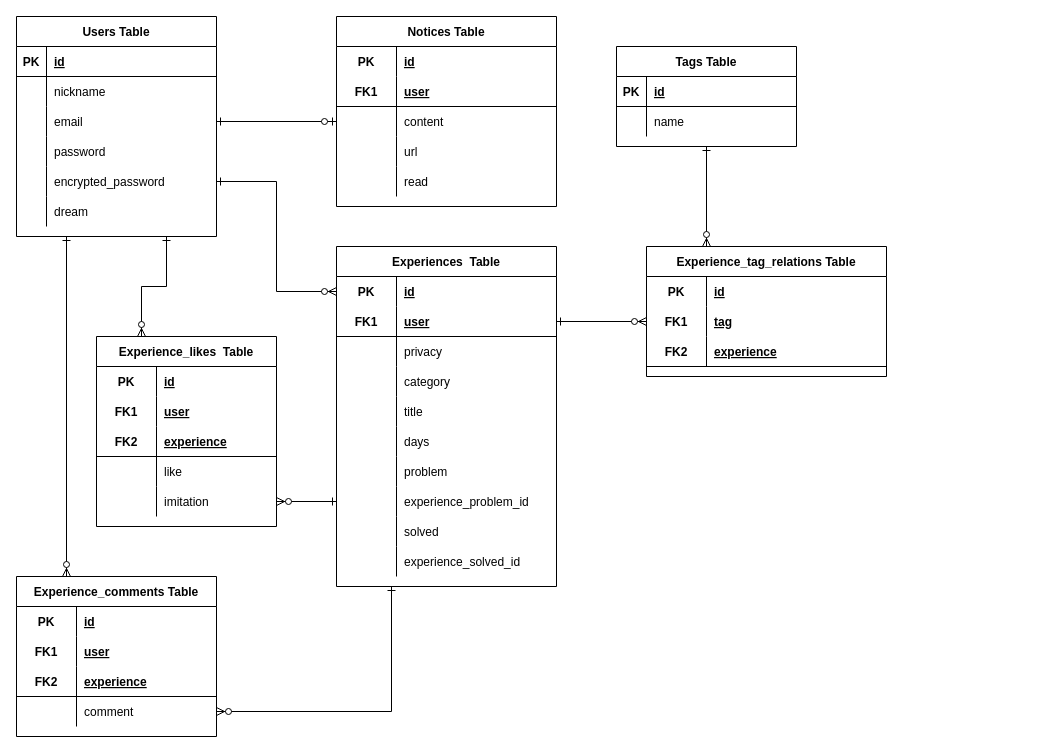
Earlier version of the draw.io diagram doc/table-experience.dio (ryohei-takasugi/minimalismshare). Source tidied: cells renumbered, new cells numbered last; positions are measured from the earlier drawing's top-left corner, leaving out a move shared by most shapes. Both pictures are drawn from the tidied source at 100%, with x=0, y=0 at pixel (16, 16).
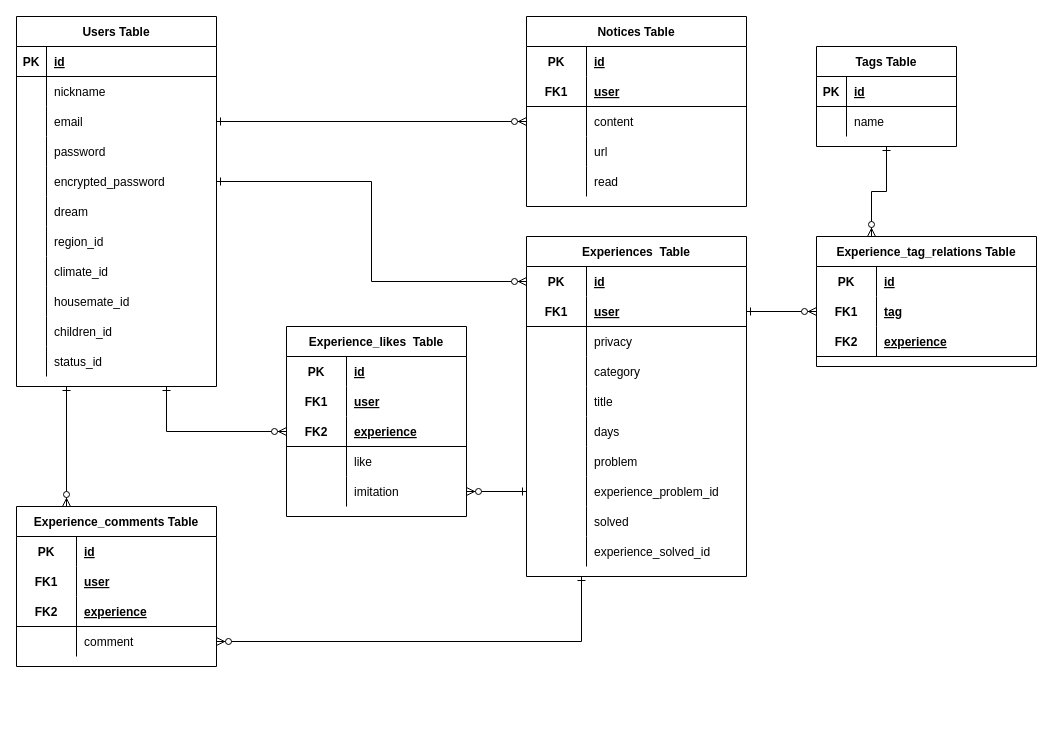
The same page after the edit.

The change refers to these unchanged cells:
```xml
<mxCell id="12" style="shape=partialRectangle;fillColor=none;top=0;left=0;bottom=0;right=0;points=[[0,0.5],[1,0.5]];portConstraint=eastwest;" parent="5" vertex="1">
  <mxGeometry y="90" width="200" height="30" as="geometry" />
</mxCell>
<mxCell id="31" style="shape=partialRectangle;fillColor=none;top=0;left=0;bottom=0;right=0;points=[[0,0.5],[1,0.5]];portConstraint=eastwest;" parent="24" vertex="1">
  <mxGeometry y="90" width="220" height="30" as="geometry" />
</mxCell>
<mxCell id="112" style="shape=partialRectangle;fillColor=none;top=0;left=0;bottom=1;right=0;points=[[0,0.5],[1,0.5]];portConstraint=eastwest;" parent="105" vertex="1">
  <mxGeometry y="90" width="180" height="30" as="geometry" />
</mxCell>
```

Change to the diagram source:
```diff
@@
-    <mxCell id="4" style="edgeStyle=orthogonalEdgeStyle;rounded=0;jettySize=auto;html=1;exitX=0.75;exitY=1;exitDx=0;exitDy=0;entryX=0.25;entryY=0;entryDx=0;entryDy=0;startArrow=ERone;startFill=0;endArrow=ERzeroToMany;endFill=1;" parent="1" edge="1" source="5" target="105">
+    <mxCell id="4" style="edgeStyle=orthogonalEdgeStyle;rounded=0;jettySize=auto;html=1;exitX=0.75;exitY=1;exitDx=0;exitDy=0;startArrow=ERone;startFill=0;endArrow=ERzeroToMany;endFill=1;" parent="1" edge="1" source="5" target="112">
       <mxGeometry relative="1" as="geometry" />
     </mxCell>
     <mxCell id="5" value="Users Table" style="shape=table;startSize=30;childLayout=tableLayout;rowLines=0;fontStyle=1;align=center;" parent="1" vertex="1">
-      <mxGeometry width="200" height="220" as="geometry" />
+      <mxGeometry width="200" height="370" as="geometry" />
     </mxCell>
@@
+    <mxCell id="122" style="shape=partialRectangle;fillColor=none;top=0;left=0;bottom=0;right=0;" parent="5" vertex="1">
+      <mxGeometry y="210" width="200" height="30" as="geometry" />
+    </mxCell>
+    <mxCell id="123" style="shape=partialRectangle;fillColor=none;top=0;left=0;bottom=0;right=0;overflow=hidden;" parent="122" vertex="1">
+      <mxGeometry width="30" height="30" as="geometry" />
+    </mxCell>
+    <mxCell id="124" value="region_id" style="shape=partialRectangle;fillColor=none;top=0;left=0;bottom=0;right=0;align=left;spacingLeft=6;overflow=hidden;" parent="122" vertex="1">
+      <mxGeometry x="30" width="170" height="30" as="geometry" />
+    </mxCell>
+    <mxCell id="125" style="shape=partialRectangle;fillColor=none;top=0;left=0;bottom=0;right=0;" parent="5" vertex="1">
+      <mxGeometry y="240" width="200" height="30" as="geometry" />
+    </mxCell>
+    <mxCell id="126" style="shape=partialRectangle;fillColor=none;top=0;left=0;bottom=0;right=0;overflow=hidden;" parent="125" vertex="1">
+      <mxGeometry width="30" height="30" as="geometry" />
+    </mxCell>
+    <mxCell id="127" value="climate_id" style="shape=partialRectangle;fillColor=none;top=0;left=0;bottom=0;right=0;align=left;spacingLeft=6;overflow=hidden;" parent="125" vertex="1">
+      <mxGeometry x="30" width="170" height="30" as="geometry" />
+    </mxCell>
+    <mxCell id="128" style="shape=partialRectangle;fillColor=none;top=0;left=0;bottom=0;right=0;" parent="5" vertex="1">
+      <mxGeometry y="270" width="200" height="30" as="geometry" />
+    </mxCell>
+    <mxCell id="129" style="shape=partialRectangle;fillColor=none;top=0;left=0;bottom=0;right=0;overflow=hidden;" parent="128" vertex="1">
+      <mxGeometry width="30" height="30" as="geometry" />
+    </mxCell>
+    <mxCell id="130" value="housemate_id" style="shape=partialRectangle;fillColor=none;top=0;left=0;bottom=0;right=0;align=left;spacingLeft=6;overflow=hidden;" parent="128" vertex="1">
+      <mxGeometry x="30" width="170" height="30" as="geometry" />
+    </mxCell>
+    <mxCell id="131" style="shape=partialRectangle;fillColor=none;top=0;left=0;bottom=0;right=0;" parent="5" vertex="1">
+      <mxGeometry y="300" width="200" height="30" as="geometry" />
+    </mxCell>
+    <mxCell id="132" style="shape=partialRectangle;fillColor=none;top=0;left=0;bottom=0;right=0;overflow=hidden;" parent="131" vertex="1">
+      <mxGeometry width="30" height="30" as="geometry" />
+    </mxCell>
+    <mxCell id="133" value="children_id" style="shape=partialRectangle;fillColor=none;top=0;left=0;bottom=0;right=0;align=left;spacingLeft=6;overflow=hidden;" parent="131" vertex="1">
+      <mxGeometry x="30" width="170" height="30" as="geometry" />
+    </mxCell>
+    <mxCell id="134" style="shape=partialRectangle;fillColor=none;top=0;left=0;bottom=0;right=0;" parent="5" vertex="1">
+      <mxGeometry y="330" width="200" height="30" as="geometry" />
+    </mxCell>
+    <mxCell id="135" style="shape=partialRectangle;fillColor=none;top=0;left=0;bottom=0;right=0;overflow=hidden;" parent="134" vertex="1">
+      <mxGeometry width="30" height="30" as="geometry" />
+    </mxCell>
+    <mxCell id="136" value="status_id" style="shape=partialRectangle;fillColor=none;top=0;left=0;bottom=0;right=0;align=left;spacingLeft=6;overflow=hidden;" parent="134" vertex="1">
+      <mxGeometry x="30" width="170" height="30" as="geometry" />
+    </mxCell>
     <mxCell id="24" value="Notices Table" style="shape=table;startSize=30;childLayout=tableLayout;rowLines=0;fontStyle=1;align=center;" parent="1" vertex="1">
-      <mxGeometry x="320" width="220" height="190" as="geometry" />
+      <mxGeometry x="510" width="220" height="190" as="geometry" />
     </mxCell>
@@
-    <mxCell id="40" style="edgeStyle=orthogonalEdgeStyle;rounded=0;jettySize=auto;html=1;exitX=1;exitY=0.5;exitDx=0;exitDy=0;entryX=0;entryY=0.5;entryDx=0;entryDy=0;endArrow=ERzeroToOne;endFill=1;startArrow=ERone;startFill=0;" parent="1" edge="1" source="12" target="31">
+    <mxCell id="40" style="edgeStyle=orthogonalEdgeStyle;rounded=0;jettySize=auto;html=1;exitX=1;exitY=0.5;exitDx=0;exitDy=0;entryX=0;entryY=0.5;entryDx=0;entryDy=0;endArrow=ERzeroToMany;endFill=1;startArrow=ERone;startFill=0;" parent="1" edge="1" source="12" target="31">
       <mxGeometry relative="1" as="geometry" />
     </mxCell>
     <mxCell id="41" value="Experiences  Table" style="shape=table;startSize=30;childLayout=tableLayout;rowLines=0;fontStyle=1;align=center;" parent="1" vertex="1">
-      <mxGeometry x="320" y="230" width="220" height="340" as="geometry" />
+      <mxGeometry x="510" y="220" width="220" height="340" as="geometry" />
     </mxCell>
@@
     <mxCell id="73" value="Tags Table" style="shape=table;startSize=30;childLayout=tableLayout;rowLines=0;fontStyle=1;align=center;" parent="1" vertex="1">
-      <mxGeometry x="600" y="30" width="180" height="100" as="geometry" />
+      <mxGeometry x="800" y="30" width="140" height="100" as="geometry" />
     </mxCell>
     <mxCell id="74" style="shape=partialRectangle;fillColor=none;top=0;left=0;bottom=1;right=0;" parent="73" vertex="1">
-      <mxGeometry y="30" width="180" height="30" as="geometry" />
+      <mxGeometry y="30" width="140" height="30" as="geometry" />
     </mxCell>
@@
     <mxCell id="76" value="id" style="shape=partialRectangle;fillColor=none;top=0;left=0;bottom=0;right=0;align=left;spacingLeft=6;fontStyle=5;overflow=hidden;" parent="74" vertex="1">
-      <mxGeometry x="30" width="150" height="30" as="geometry" />
+      <mxGeometry x="30" width="110" height="30" as="geometry" />
     </mxCell>
     <mxCell id="77" style="shape=partialRectangle;fillColor=none;top=0;left=0;bottom=0;right=0;" parent="73" vertex="1">
-      <mxGeometry y="60" width="180" height="30" as="geometry" />
+      <mxGeometry y="60" width="140" height="30" as="geometry" />
     </mxCell>
@@
     <mxCell id="79" value="name" style="shape=partialRectangle;fillColor=none;top=0;left=0;bottom=0;right=0;align=left;spacingLeft=6;overflow=hidden;" parent="77" vertex="1">
-      <mxGeometry x="30" width="150" height="30" as="geometry" />
+      <mxGeometry x="30" width="110" height="30" as="geometry" />
     </mxCell>
     <mxCell id="80" value="Experience_tag_relations Table" style="shape=table;startSize=30;childLayout=tableLayout;rowLines=0;fontStyle=1;align=center;" parent="1" vertex="1">
-      <mxGeometry x="630" y="230" width="240" height="130" as="geometry" />
+      <mxGeometry x="800" y="220" width="220" height="130" as="geometry" />
     </mxCell>
     <mxCell id="81" style="shape=partialRectangle;fillColor=none;top=0;left=0;bottom=0;right=0;" parent="80" vertex="1">
-      <mxGeometry y="30" width="240" height="30" as="geometry" />
+      <mxGeometry y="30" width="220" height="30" as="geometry" />
     </mxCell>
@@
     <mxCell id="83" value="id" style="shape=partialRectangle;fillColor=none;top=0;left=0;bottom=0;right=0;align=left;spacingLeft=6;fontStyle=5;overflow=hidden;" parent="81" vertex="1">
-      <mxGeometry x="60" width="180" height="30" as="geometry" />
+      <mxGeometry x="60" width="160" height="30" as="geometry" />
     </mxCell>
     <mxCell id="84" style="shape=partialRectangle;fillColor=none;top=0;left=0;bottom=0;right=0;points=[[0,0.5],[1,0.5]];portConstraint=eastwest;" parent="80" vertex="1">
-      <mxGeometry y="60" width="240" height="30" as="geometry" />
+      <mxGeometry y="60" width="220" height="30" as="geometry" />
     </mxCell>
@@
     <mxCell id="86" value="tag" style="shape=partialRectangle;fillColor=none;top=0;left=0;bottom=0;right=0;align=left;spacingLeft=6;fontStyle=5;overflow=hidden;" parent="84" vertex="1">
-      <mxGeometry x="60" width="180" height="30" as="geometry" />
+      <mxGeometry x="60" width="160" height="30" as="geometry" />
     </mxCell>
     <mxCell id="87" style="shape=partialRectangle;fillColor=none;top=0;left=0;bottom=1;right=0;" parent="80" vertex="1">
-      <mxGeometry y="90" width="240" height="30" as="geometry" />
+      <mxGeometry y="90" width="220" height="30" as="geometry" />
     </mxCell>
@@
     <mxCell id="89" value="experience" style="shape=partialRectangle;fillColor=none;top=0;left=0;bottom=0;right=0;align=left;spacingLeft=6;fontStyle=5;overflow=hidden;" parent="87" vertex="1">
-      <mxGeometry x="60" width="180" height="30" as="geometry" />
+      <mxGeometry x="60" width="160" height="30" as="geometry" />
     </mxCell>
@@
     <mxCell id="91" value="Experience_comments Table" style="shape=table;startSize=30;childLayout=tableLayout;rowLines=0;fontStyle=1;align=center;" parent="1" vertex="1">
-      <mxGeometry y="560" width="200" height="160" as="geometry" />
+      <mxGeometry y="490" width="200" height="160" as="geometry" />
     </mxCell>
@@
     <mxCell id="105" value="Experience_likes  Table" style="shape=table;startSize=30;childLayout=tableLayout;rowLines=0;fontStyle=1;align=center;" parent="1" vertex="1">
-      <mxGeometry x="80" y="320" width="180" height="190" as="geometry" />
+      <mxGeometry x="270" y="310" width="180" height="190" as="geometry" />
     </mxCell>
```
